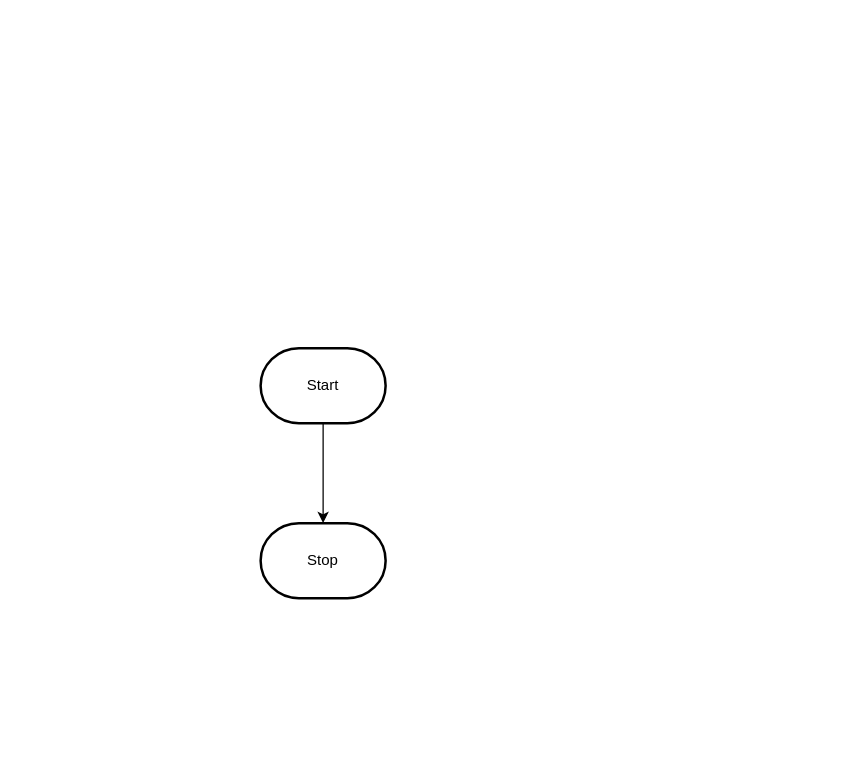
Before: design/flowchart.drawio in MTHS-ICS2O-2-2022/ICS2O-Unit-5-03-Armatys22, a draw.io diagram. Source tidied: cells renumbered, new cells numbered last; positions are measured from the earlier drawing's top-left corner, leaving out a move shared by most shapes. Both pictures are drawn from the tidied source at 125%, with x=0, y=0 at pixel (260, 348).
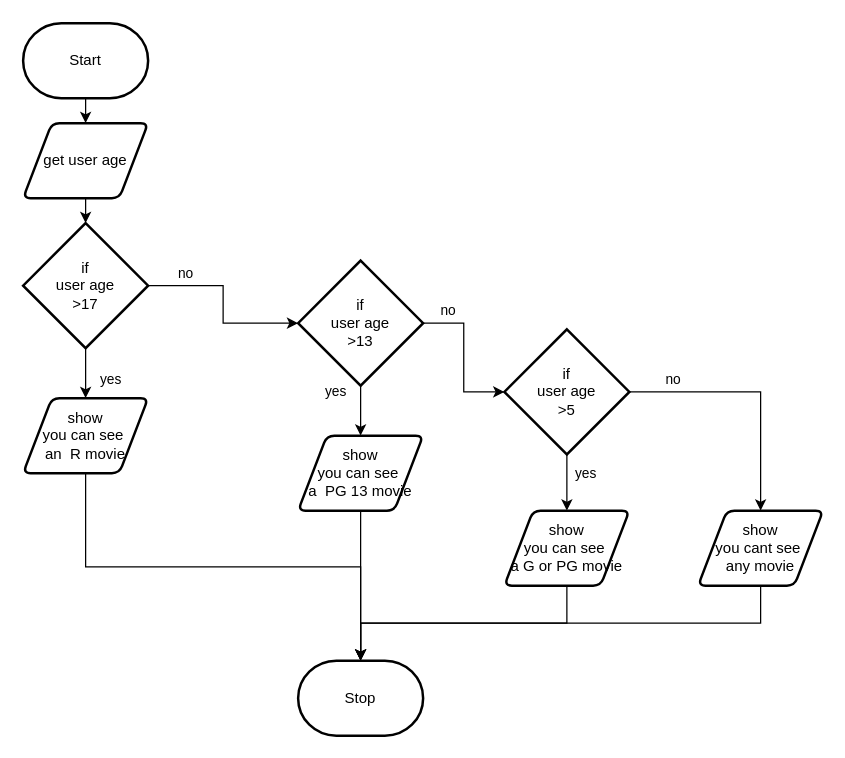
The same diagram, later.

The edit, as a diff of the source:
```diff
@@
-    <mxCell id="2" style="edgeStyle=orthogonalEdgeStyle;html=1;rounded=0;" parent="1" edge="1" source="3" target="4">
+    <mxCell id="2" style="edgeStyle=none;html=1;exitX=0.5;exitY=1;exitDx=0;exitDy=0;exitPerimeter=0;entryX=0.5;entryY=0;entryDx=0;entryDy=0;" parent="1" edge="1" source="3" target="6">
       <mxGeometry relative="1" as="geometry" />
     </mxCell>
     <mxCell id="3" value="Start" style="strokeWidth=2;html=1;shape=mxgraph.flowchart.terminator;whiteSpace=wrap;" parent="1" vertex="1">
-      <mxGeometry width="100" height="60" as="geometry" />
+      <mxGeometry x="-190" y="-260" width="100" height="60" as="geometry" />
     </mxCell>
     <mxCell id="4" value="Stop" style="strokeWidth=2;html=1;shape=mxgraph.flowchart.terminator;whiteSpace=wrap;" parent="1" vertex="1">
-      <mxGeometry y="140" width="100" height="60" as="geometry" />
+      <mxGeometry x="30" y="250" width="100" height="60" as="geometry" />
     </mxCell>
+    <mxCell id="5" style="edgeStyle=none;html=1;exitX=0.5;exitY=1;exitDx=0;exitDy=0;entryX=0.5;entryY=0;entryDx=0;entryDy=0;entryPerimeter=0;" parent="1" edge="1" source="6" target="9">
+      <mxGeometry relative="1" as="geometry" />
+    </mxCell>
+    <mxCell id="6" value="get user age" style="shape=parallelogram;html=1;strokeWidth=2;perimeter=parallelogramPerimeter;whiteSpace=wrap;rounded=1;arcSize=12;size=0.23;" parent="1" vertex="1">
+      <mxGeometry x="-190" y="-180" width="100" height="60" as="geometry" />
+    </mxCell>
+    <mxCell id="7" style="edgeStyle=none;html=1;exitX=0.5;exitY=1;exitDx=0;exitDy=0;exitPerimeter=0;entryX=0.5;entryY=0;entryDx=0;entryDy=0;" parent="1" edge="1" source="9" target="11">
+      <mxGeometry relative="1" as="geometry" />
+    </mxCell>
+    <mxCell id="8" style="edgeStyle=orthogonalEdgeStyle;shape=connector;rounded=0;html=1;exitX=1;exitY=0.5;exitDx=0;exitDy=0;exitPerimeter=0;entryX=0;entryY=0.5;entryDx=0;entryDy=0;entryPerimeter=0;labelBackgroundColor=default;strokeColor=default;fontFamily=Helvetica;fontSize=11;fontColor=default;endArrow=classic;" parent="1" edge="1" source="9" target="16">
+      <mxGeometry relative="1" as="geometry" />
+    </mxCell>
+    <mxCell id="9" value="if&lt;br&gt;user age&lt;br&gt;&amp;gt;17" style="strokeWidth=2;html=1;shape=mxgraph.flowchart.decision;whiteSpace=wrap;" parent="1" vertex="1">
+      <mxGeometry x="-190" y="-100" width="100" height="100" as="geometry" />
+    </mxCell>
+    <mxCell id="10" style="edgeStyle=orthogonalEdgeStyle;rounded=0;html=1;exitX=0.5;exitY=1;exitDx=0;exitDy=0;entryX=0.5;entryY=0;entryDx=0;entryDy=0;entryPerimeter=0;" parent="1" edge="1" source="11" target="4">
+      <mxGeometry relative="1" as="geometry" />
+    </mxCell>
+    <mxCell id="11" value="show&lt;br&gt;you can see&amp;nbsp;&lt;br&gt;an&amp;nbsp; R movie" style="shape=parallelogram;html=1;strokeWidth=2;perimeter=parallelogramPerimeter;whiteSpace=wrap;rounded=1;arcSize=12;size=0.23;" parent="1" vertex="1">
+      <mxGeometry x="-190" y="40" width="100" height="60" as="geometry" />
+    </mxCell>
+    <mxCell id="12" value="yes" style="text;html=1;align=center;verticalAlign=middle;strokeColor=none;fillColor=none;fontSize=11;fontFamily=Helvetica;fontColor=default;" parent="1" vertex="1">
+      <mxGeometry x="-140" y="10" width="40" height="30" as="geometry" />
+    </mxCell>
+    <mxCell id="13" value="no" style="text;html=1;align=center;verticalAlign=middle;strokeColor=none;fillColor=none;fontSize=11;fontFamily=Helvetica;fontColor=default;" parent="1" vertex="1">
+      <mxGeometry x="-80" y="-75" width="40" height="30" as="geometry" />
+    </mxCell>
+    <mxCell id="14" style="edgeStyle=orthogonalEdgeStyle;shape=connector;rounded=0;html=1;exitX=0.5;exitY=1;exitDx=0;exitDy=0;exitPerimeter=0;entryX=0.5;entryY=0;entryDx=0;entryDy=0;labelBackgroundColor=default;strokeColor=default;fontFamily=Helvetica;fontSize=11;fontColor=default;endArrow=classic;" parent="1" edge="1" source="16" target="18">
+      <mxGeometry relative="1" as="geometry" />
+    </mxCell>
+    <mxCell id="15" style="edgeStyle=orthogonalEdgeStyle;shape=connector;rounded=0;html=1;exitX=1;exitY=0.5;exitDx=0;exitDy=0;exitPerimeter=0;entryX=0;entryY=0.5;entryDx=0;entryDy=0;entryPerimeter=0;labelBackgroundColor=default;strokeColor=default;fontFamily=Helvetica;fontSize=11;fontColor=default;endArrow=classic;" parent="1" edge="1" source="16" target="22">
+      <mxGeometry relative="1" as="geometry" />
+    </mxCell>
+    <mxCell id="16" value="if&lt;br&gt;user age&lt;br&gt;&amp;gt;13" style="strokeWidth=2;html=1;shape=mxgraph.flowchart.decision;whiteSpace=wrap;" parent="1" vertex="1">
+      <mxGeometry x="30" y="-70" width="100" height="100" as="geometry" />
+    </mxCell>
+    <mxCell id="17" style="edgeStyle=orthogonalEdgeStyle;shape=connector;rounded=0;html=1;exitX=0.5;exitY=1;exitDx=0;exitDy=0;labelBackgroundColor=default;strokeColor=default;fontFamily=Helvetica;fontSize=11;fontColor=default;endArrow=classic;" parent="1" edge="1" source="18" target="4">
+      <mxGeometry relative="1" as="geometry" />
+    </mxCell>
+    <mxCell id="18" value="show&lt;br&gt;you can see&amp;nbsp;&lt;br&gt;a&amp;nbsp; PG 13 movie" style="shape=parallelogram;html=1;strokeWidth=2;perimeter=parallelogramPerimeter;whiteSpace=wrap;rounded=1;arcSize=12;size=0.23;" parent="1" vertex="1">
+      <mxGeometry x="30" y="70" width="100" height="60" as="geometry" />
+    </mxCell>
+    <mxCell id="19" value="yes" style="text;html=1;align=center;verticalAlign=middle;strokeColor=none;fillColor=none;fontSize=11;fontFamily=Helvetica;fontColor=default;" parent="1" vertex="1">
+      <mxGeometry x="40" y="20" width="40" height="30" as="geometry" />
+    </mxCell>
+    <mxCell id="20" style="edgeStyle=orthogonalEdgeStyle;shape=connector;rounded=0;html=1;exitX=0.5;exitY=1;exitDx=0;exitDy=0;exitPerimeter=0;entryX=0.5;entryY=0;entryDx=0;entryDy=0;labelBackgroundColor=default;strokeColor=default;fontFamily=Helvetica;fontSize=11;fontColor=default;endArrow=classic;" parent="1" edge="1" source="22" target="24">
+      <mxGeometry relative="1" as="geometry" />
+    </mxCell>
+    <mxCell id="21" style="edgeStyle=orthogonalEdgeStyle;shape=connector;rounded=0;html=1;exitX=1;exitY=0.5;exitDx=0;exitDy=0;exitPerimeter=0;entryX=0.5;entryY=0;entryDx=0;entryDy=0;labelBackgroundColor=default;strokeColor=default;fontFamily=Helvetica;fontSize=11;fontColor=default;endArrow=classic;" parent="1" edge="1" source="22" target="26">
+      <mxGeometry relative="1" as="geometry" />
+    </mxCell>
+    <mxCell id="22" value="if&lt;br&gt;user age&lt;br&gt;&amp;gt;5" style="strokeWidth=2;html=1;shape=mxgraph.flowchart.decision;whiteSpace=wrap;" parent="1" vertex="1">
+      <mxGeometry x="195" y="-15" width="100" height="100" as="geometry" />
+    </mxCell>
+    <mxCell id="23" style="edgeStyle=orthogonalEdgeStyle;shape=connector;rounded=0;html=1;exitX=0.5;exitY=1;exitDx=0;exitDy=0;labelBackgroundColor=default;strokeColor=default;fontFamily=Helvetica;fontSize=11;fontColor=default;endArrow=classic;entryX=0.5;entryY=0;entryDx=0;entryDy=0;entryPerimeter=0;" parent="1" edge="1" source="24" target="4">
+      <mxGeometry relative="1" as="geometry" />
+    </mxCell>
+    <mxCell id="24" value="show&lt;br&gt;you can see&amp;nbsp;&lt;br&gt;a G or PG movie" style="shape=parallelogram;html=1;strokeWidth=2;perimeter=parallelogramPerimeter;whiteSpace=wrap;rounded=1;arcSize=12;size=0.23;" parent="1" vertex="1">
+      <mxGeometry x="195" y="130" width="100" height="60" as="geometry" />
+    </mxCell>
+    <mxCell id="25" style="edgeStyle=orthogonalEdgeStyle;shape=connector;rounded=0;html=1;exitX=0.5;exitY=1;exitDx=0;exitDy=0;labelBackgroundColor=default;strokeColor=default;fontFamily=Helvetica;fontSize=11;fontColor=default;endArrow=classic;" parent="1" edge="1" source="26" target="4">
+      <mxGeometry relative="1" as="geometry" />
+    </mxCell>
+    <mxCell id="26" value="show&lt;br&gt;you cant see&amp;nbsp;&lt;br&gt;any movie" style="shape=parallelogram;html=1;strokeWidth=2;perimeter=parallelogramPerimeter;whiteSpace=wrap;rounded=1;arcSize=12;size=0.23;" parent="1" vertex="1">
+      <mxGeometry x="350" y="130" width="100" height="60" as="geometry" />
+    </mxCell>
+    <mxCell id="27" value="no" style="text;html=1;align=center;verticalAlign=middle;strokeColor=none;fillColor=none;fontSize=11;fontFamily=Helvetica;fontColor=default;" parent="1" vertex="1">
+      <mxGeometry x="130" y="-45" width="40" height="30" as="geometry" />
+    </mxCell>
+    <mxCell id="28" value="yes" style="text;html=1;align=center;verticalAlign=middle;strokeColor=none;fillColor=none;fontSize=11;fontFamily=Helvetica;fontColor=default;" parent="1" vertex="1">
+      <mxGeometry x="240" y="85" width="40" height="30" as="geometry" />
+    </mxCell>
+    <mxCell id="29" value="no" style="text;html=1;align=center;verticalAlign=middle;strokeColor=none;fillColor=none;fontSize=11;fontFamily=Helvetica;fontColor=default;" parent="1" vertex="1">
+      <mxGeometry x="310" y="10" width="40" height="30" as="geometry" />
+    </mxCell>
```
